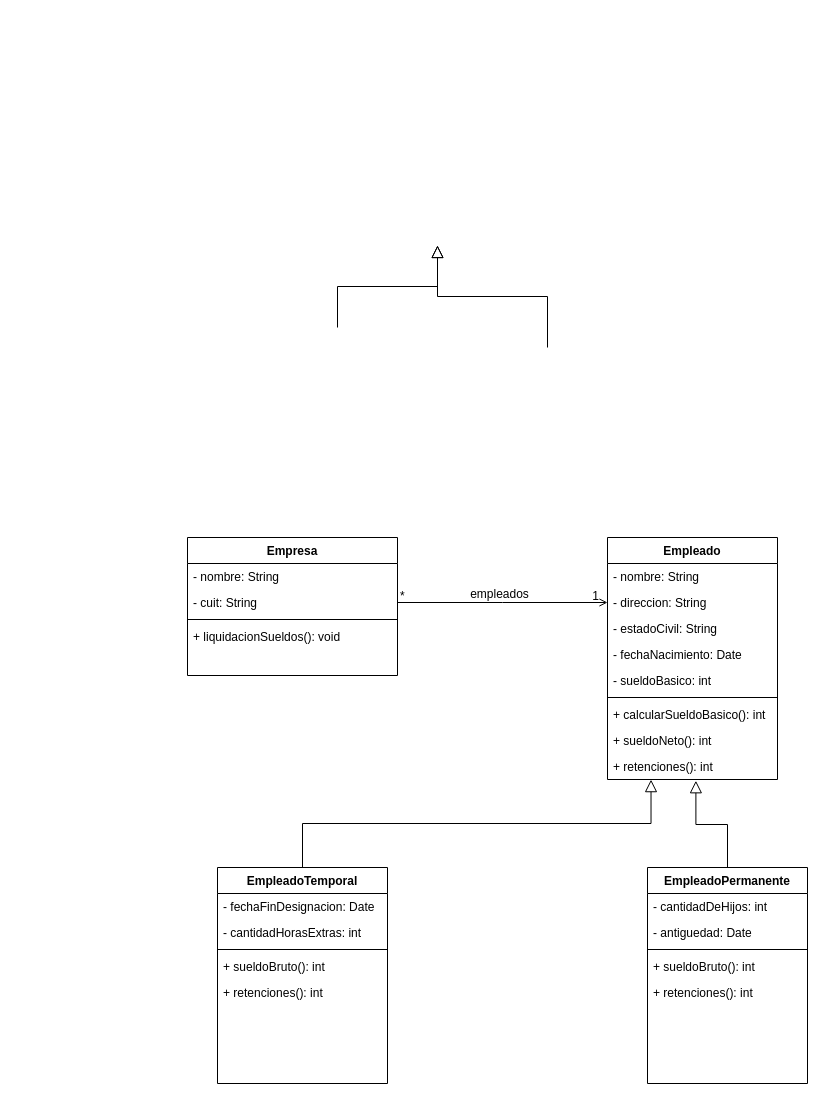
Before: TP02/Untitled Diagram.drawio in dkippes/Programacion-Orientada-Objetos-2, a draw.io diagram. Source tidied: cells renumbered, new cells numbered last; positions are measured from the earlier drawing's top-left corner, leaving out a move shared by most shapes. Both pictures are drawn from the tidied source at 100%, with x=0, y=0 at pixel (187, 245).
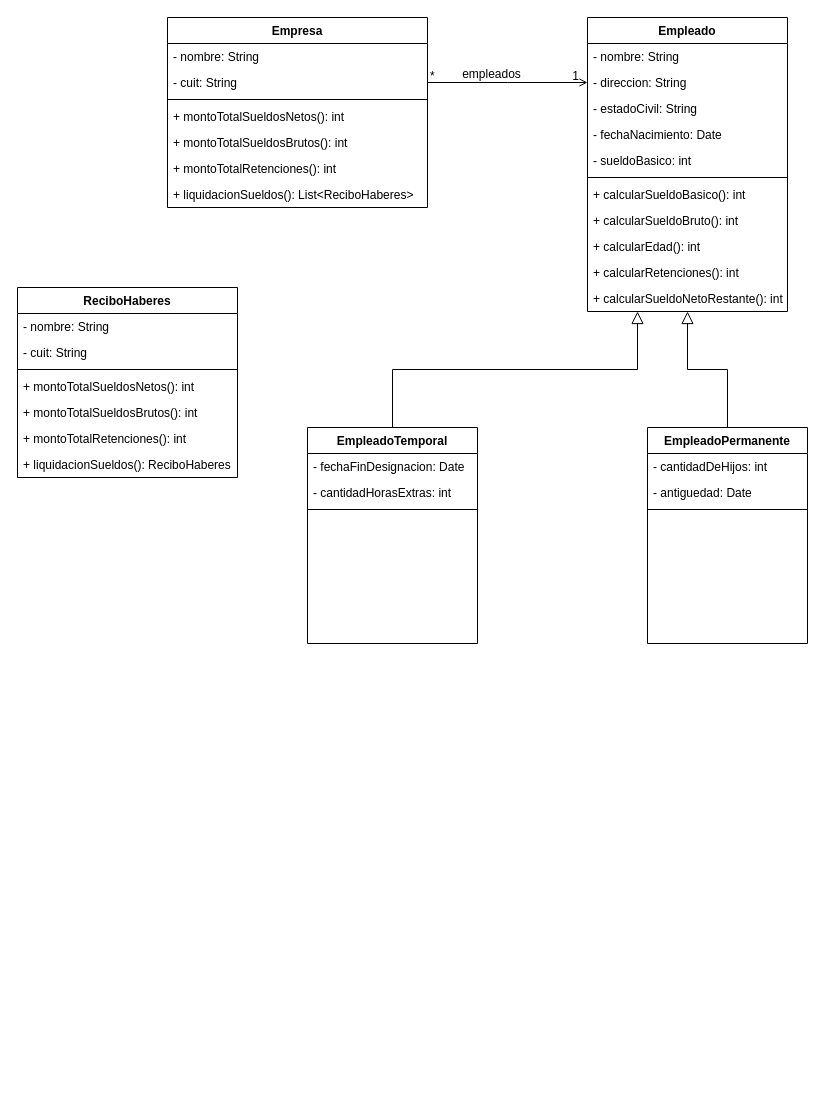
The same page after the edit.

Change to the diagram source:
```diff
@@
     <mxCell id="2" value="Empresa" style="swimlane;fontStyle=1;align=center;verticalAlign=top;horizontal=1;startSize=26;rounded=0;shadow=0;strokeWidth=1;" parent="1" vertex="1">
-      <mxGeometry y="292" width="210" height="138" as="geometry" />
+      <mxGeometry x="-20" y="-228" width="260" height="190" as="geometry" />
     </mxCell>
     <mxCell id="3" value="- nombre: String" style="text;align=left;verticalAlign=top;spacingLeft=4;spacingRight=4;overflow=hidden;" parent="2" vertex="1">
-      <mxGeometry y="26" width="210" height="26" as="geometry" />
+      <mxGeometry y="26" width="260" height="26" as="geometry" />
     </mxCell>
     <mxCell id="4" value="- cuit: String" style="text;align=left;verticalAlign=top;spacingLeft=4;spacingRight=4;overflow=hidden;points=[[0,0.5],[1,0.5]];portConstraint=eastwest;rounded=0;shadow=0;html=0;" parent="2" vertex="1">
-      <mxGeometry y="52" width="210" height="26" as="geometry" />
+      <mxGeometry y="52" width="260" height="26" as="geometry" />
     </mxCell>
     <mxCell id="5" style="line;html=1;strokeWidth=1;align=left;verticalAlign=middle;spacingTop=-1;spacingLeft=3;spacingRight=3;labelPosition=right;" parent="2" vertex="1">
-      <mxGeometry y="78" width="210" height="8" as="geometry" />
+      <mxGeometry y="78" width="260" height="8" as="geometry" />
     </mxCell>
-    <mxCell id="6" value="+ liquidacionSueldos(): void" style="text;align=left;verticalAlign=top;spacingLeft=4;spacingRight=4;overflow=hidden;" parent="2" vertex="1">
-      <mxGeometry y="86" width="210" height="26" as="geometry" />
+    <mxCell id="6" value="+ montoTotalSueldosNetos(): int" style="text;align=left;verticalAlign=top;spacingLeft=4;spacingRight=4;overflow=hidden;" parent="2" vertex="1">
+      <mxGeometry y="86" width="260" height="26" as="geometry" />
     </mxCell>
-    <mxCell id="7" style="endArrow=block;endSize=10;endFill=0;shadow=0;strokeWidth=1;rounded=0;edgeStyle=elbowEdgeStyle;elbow=vertical;" parent="1" edge="1">
-      <mxGeometry relative="1" as="geometry">
-        <mxPoint x="150" y="82" as="sourcePoint" />
-        <mxPoint x="250" as="targetPoint" />
-      </mxGeometry>
-    </mxCell>
-    <mxCell id="8" style="endArrow=block;endSize=10;endFill=0;shadow=0;strokeWidth=1;rounded=0;edgeStyle=elbowEdgeStyle;elbow=vertical;" parent="1" edge="1">
-      <mxGeometry relative="1" as="geometry">
-        <mxPoint x="360" y="102" as="sourcePoint" />
-        <mxPoint x="250" as="targetPoint" />
-      </mxGeometry>
-    </mxCell>
+    <mxCell id="37" value="+ montoTotalSueldosBrutos(): int" style="text;align=left;verticalAlign=top;spacingLeft=4;spacingRight=4;overflow=hidden;" parent="2" vertex="1">
+      <mxGeometry y="112" width="260" height="26" as="geometry" />
+    </mxCell>
+    <mxCell id="38" value="+ montoTotalRetenciones(): int" style="text;align=left;verticalAlign=top;spacingLeft=4;spacingRight=4;overflow=hidden;" parent="2" vertex="1">
+      <mxGeometry y="138" width="260" height="26" as="geometry" />
+    </mxCell>
+    <mxCell id="39" value="+ liquidacionSueldos(): List&lt;ReciboHaberes&gt;" style="text;align=left;verticalAlign=top;spacingLeft=4;spacingRight=4;overflow=hidden;" parent="2" vertex="1">
+      <mxGeometry y="164" width="260" height="26" as="geometry" />
+    </mxCell>
     <mxCell id="9" value="Empleado" style="swimlane;fontStyle=1;align=center;verticalAlign=top;horizontal=1;startSize=26;rounded=0;shadow=0;strokeWidth=1;" parent="1" vertex="1">
-      <mxGeometry x="420" y="292" width="170" height="242" as="geometry" />
+      <mxGeometry x="400" y="-228" width="200" height="294" as="geometry" />
     </mxCell>
     <mxCell id="10" value="- nombre: String" style="text;align=left;verticalAlign=top;spacingLeft=4;spacingRight=4;overflow=hidden;" parent="9" vertex="1">
-      <mxGeometry y="26" width="170" height="26" as="geometry" />
+      <mxGeometry y="26" width="200" height="26" as="geometry" />
     </mxCell>
     <mxCell id="11" value="- direccion: String" style="text;align=left;verticalAlign=top;spacingLeft=4;spacingRight=4;overflow=hidden;points=[[0,0.5],[1,0.5]];portConstraint=eastwest;rounded=0;shadow=0;html=0;" parent="9" vertex="1">
-      <mxGeometry y="52" width="170" height="26" as="geometry" />
+      <mxGeometry y="52" width="200" height="26" as="geometry" />
     </mxCell>
     <mxCell id="12" value="- estadoCivil: String" style="text;align=left;verticalAlign=top;spacingLeft=4;spacingRight=4;overflow=hidden;rounded=0;shadow=0;html=0;" parent="9" vertex="1">
-      <mxGeometry y="78" width="170" height="26" as="geometry" />
+      <mxGeometry y="78" width="200" height="26" as="geometry" />
     </mxCell>
     <mxCell id="13" value="- fechaNacimiento: Date" style="text;align=left;verticalAlign=top;spacingLeft=4;spacingRight=4;overflow=hidden;rounded=0;shadow=0;html=0;" parent="9" vertex="1">
-      <mxGeometry y="104" width="170" height="26" as="geometry" />
+      <mxGeometry y="104" width="200" height="26" as="geometry" />
     </mxCell>
     <mxCell id="14" value="- sueldoBasico: int" style="text;align=left;verticalAlign=top;spacingLeft=4;spacingRight=4;overflow=hidden;rounded=0;shadow=0;html=0;" parent="9" vertex="1">
-      <mxGeometry y="130" width="170" height="26" as="geometry" />
+      <mxGeometry y="130" width="200" height="26" as="geometry" />
     </mxCell>
     <mxCell id="15" style="line;html=1;strokeWidth=1;align=left;verticalAlign=middle;spacingTop=-1;spacingLeft=3;spacingRight=3;labelPosition=right;" parent="9" vertex="1">
-      <mxGeometry y="156" width="170" height="8" as="geometry" />
+      <mxGeometry y="156" width="200" height="8" as="geometry" />
     </mxCell>
     <mxCell id="16" value="+ calcularSueldoBasico(): int" style="text;align=left;verticalAlign=top;spacingLeft=4;spacingRight=4;overflow=hidden;" parent="9" vertex="1">
-      <mxGeometry y="164" width="170" height="26" as="geometry" />
+      <mxGeometry y="164" width="200" height="26" as="geometry" />
     </mxCell>
-    <mxCell id="17" value="+ sueldoNeto(): int" style="text;align=left;verticalAlign=top;spacingLeft=4;spacingRight=4;overflow=hidden;" parent="9" vertex="1">
-      <mxGeometry y="190" width="170" height="26" as="geometry" />
+    <mxCell id="17" value="+ calcularSueldoBruto(): int" style="text;align=left;verticalAlign=top;spacingLeft=4;spacingRight=4;overflow=hidden;" parent="9" vertex="1">
+      <mxGeometry y="190" width="200" height="26" as="geometry" />
     </mxCell>
+    <mxCell id="40" value="+ calcularEdad(): int" style="text;align=left;verticalAlign=top;spacingLeft=4;spacingRight=4;overflow=hidden;" parent="9" vertex="1">
+      <mxGeometry y="216" width="200" height="26" as="geometry" />
+    </mxCell>
-    <mxCell id="18" value="+ retenciones(): int" style="text;align=left;verticalAlign=top;spacingLeft=4;spacingRight=4;overflow=hidden;points=[[0,0.5],[1,0.5]];portConstraint=eastwest;" parent="9" vertex="1">
-      <mxGeometry y="216" width="170" height="26" as="geometry" />
+    <mxCell id="18" value="+ calcularRetenciones(): int" style="text;align=left;verticalAlign=top;spacingLeft=4;spacingRight=4;overflow=hidden;points=[[0,0.5],[1,0.5]];portConstraint=eastwest;" parent="9" vertex="1">
+      <mxGeometry y="242" width="200" height="26" as="geometry" />
     </mxCell>
+    <mxCell id="41" value="+ calcularSueldoNetoRestante(): int" style="text;align=left;verticalAlign=top;spacingLeft=4;spacingRight=4;overflow=hidden;" parent="9" vertex="1">
+      <mxGeometry y="268" width="200" height="26" as="geometry" />
+    </mxCell>
@@
     <mxCell id="23" value="EmpleadoTemporal" style="swimlane;fontStyle=1;align=center;verticalAlign=top;horizontal=1;startSize=26;rounded=0;shadow=0;strokeWidth=1;" parent="1" vertex="1">
-      <mxGeometry x="30" y="622" width="170" height="216" as="geometry" />
+      <mxGeometry x="120" y="182" width="170" height="216" as="geometry" />
     </mxCell>
@@
-    <mxCell id="27" value="+ sueldoBruto(): int" style="text;align=left;verticalAlign=top;spacingLeft=4;spacingRight=4;overflow=hidden;" parent="23" vertex="1">
-      <mxGeometry y="86" width="170" height="26" as="geometry" />
-    </mxCell>
-    <mxCell id="28" value="+ retenciones(): int" style="text;align=left;verticalAlign=top;spacingLeft=4;spacingRight=4;overflow=hidden;" parent="23" vertex="1">
-      <mxGeometry y="112" width="170" height="26" as="geometry" />
-    </mxCell>
     <mxCell id="29" value="EmpleadoPermanente" style="swimlane;fontStyle=1;align=center;verticalAlign=top;horizontal=1;startSize=26;rounded=0;shadow=0;strokeWidth=1;" parent="1" vertex="1">
-      <mxGeometry x="460" y="622" width="160" height="216" as="geometry" />
+      <mxGeometry x="460" y="182" width="160" height="216" as="geometry" />
     </mxCell>
@@
-    <mxCell id="33" value="+ sueldoBruto(): int" style="text;align=left;verticalAlign=top;spacingLeft=4;spacingRight=4;overflow=hidden;" parent="29" vertex="1">
-      <mxGeometry y="86" width="160" height="26" as="geometry" />
-    </mxCell>
-    <mxCell id="34" value="+ retenciones(): int" style="text;align=left;verticalAlign=top;spacingLeft=4;spacingRight=4;overflow=hidden;" parent="29" vertex="1">
-      <mxGeometry y="112" width="160" height="26" as="geometry" />
-    </mxCell>
-    <mxCell id="35" style="endArrow=block;endSize=10;endFill=0;shadow=0;strokeWidth=1;rounded=0;edgeStyle=elbowEdgeStyle;elbow=vertical;entryX=0.52;entryY=1.048;entryDx=0;entryDy=0;entryPerimeter=0;exitX=0.5;exitY=0;exitDx=0;exitDy=0;" parent="1" edge="1" source="29" target="18">
+    <mxCell id="35" style="endArrow=block;endSize=10;endFill=0;shadow=0;strokeWidth=1;rounded=0;edgeStyle=elbowEdgeStyle;elbow=vertical;exitX=0.5;exitY=0;exitDx=0;exitDy=0;entryX=0.5;entryY=1;entryDx=0;entryDy=0;" parent="1" edge="1" source="29" target="9">
       <mxGeometry relative="1" as="geometry" />
     </mxCell>
-    <mxCell id="36" style="endArrow=block;endSize=10;endFill=0;shadow=0;strokeWidth=1;rounded=0;edgeStyle=elbowEdgeStyle;elbow=vertical;entryX=0.256;entryY=1.005;entryDx=0;entryDy=0;entryPerimeter=0;exitX=0.5;exitY=0;exitDx=0;exitDy=0;" parent="1" edge="1" source="23" target="18">
+    <mxCell id="36" style="endArrow=block;endSize=10;endFill=0;shadow=0;strokeWidth=1;rounded=0;edgeStyle=elbowEdgeStyle;elbow=vertical;exitX=0.5;exitY=0;exitDx=0;exitDy=0;entryX=0.25;entryY=1;entryDx=0;entryDy=0;" parent="1" edge="1" source="23" target="9">
       <mxGeometry relative="1" as="geometry" />
     </mxCell>
+    <mxCell id="42" value="ReciboHaberes" style="swimlane;fontStyle=1;align=center;verticalAlign=top;horizontal=1;startSize=26;rounded=0;shadow=0;strokeWidth=1;" parent="1" vertex="1">
+      <mxGeometry x="-170" y="42" width="220" height="190" as="geometry" />
+    </mxCell>
+    <mxCell id="43" value="- nombre: String" style="text;align=left;verticalAlign=top;spacingLeft=4;spacingRight=4;overflow=hidden;" parent="42" vertex="1">
+      <mxGeometry y="26" width="220" height="26" as="geometry" />
+    </mxCell>
+    <mxCell id="44" value="- cuit: String" style="text;align=left;verticalAlign=top;spacingLeft=4;spacingRight=4;overflow=hidden;rounded=0;shadow=0;html=0;" parent="42" vertex="1">
+      <mxGeometry y="52" width="220" height="26" as="geometry" />
+    </mxCell>
+    <mxCell id="45" style="line;html=1;strokeWidth=1;align=left;verticalAlign=middle;spacingTop=-1;spacingLeft=3;spacingRight=3;labelPosition=right;" parent="42" vertex="1">
+      <mxGeometry y="78" width="220" height="8" as="geometry" />
+    </mxCell>
+    <mxCell id="46" value="+ montoTotalSueldosNetos(): int" style="text;align=left;verticalAlign=top;spacingLeft=4;spacingRight=4;overflow=hidden;" parent="42" vertex="1">
+      <mxGeometry y="86" width="220" height="26" as="geometry" />
+    </mxCell>
+    <mxCell id="47" value="+ montoTotalSueldosBrutos(): int" style="text;align=left;verticalAlign=top;spacingLeft=4;spacingRight=4;overflow=hidden;" parent="42" vertex="1">
+      <mxGeometry y="112" width="220" height="26" as="geometry" />
+    </mxCell>
+    <mxCell id="48" value="+ montoTotalRetenciones(): int" style="text;align=left;verticalAlign=top;spacingLeft=4;spacingRight=4;overflow=hidden;" parent="42" vertex="1">
+      <mxGeometry y="138" width="220" height="26" as="geometry" />
+    </mxCell>
+    <mxCell id="49" value="+ liquidacionSueldos(): ReciboHaberes" style="text;align=left;verticalAlign=top;spacingLeft=4;spacingRight=4;overflow=hidden;" parent="42" vertex="1">
+      <mxGeometry y="164" width="220" height="26" as="geometry" />
+    </mxCell>
```
